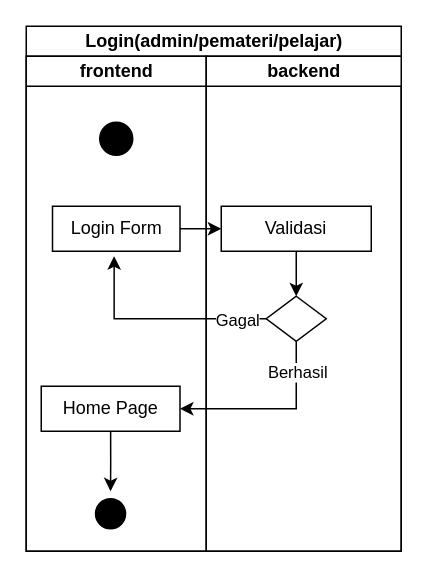
The draw.io diagram activity/Login.drawio in fuatanshori/flowchart, before the edit. Source tidied: cells renumbered, new cells numbered last; positions are measured from the earlier drawing's top-left corner, leaving out a move shared by most shapes. Both pictures are drawn from the tidied source at 150%, with x=0, y=0 at pixel (26, 26).
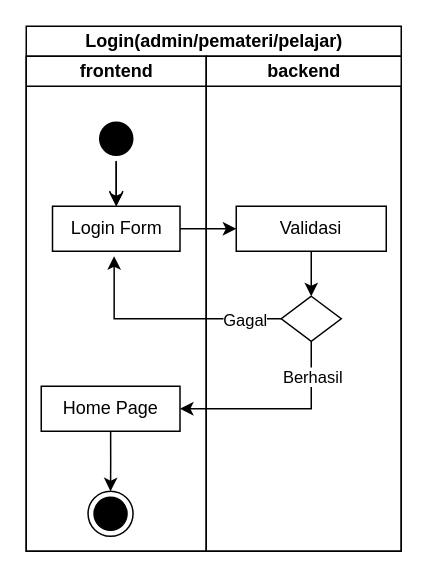
The same diagram, later.

Unchanged cells that the change refers to:
```xml
<mxCell id="3" value="frontend" style="swimlane;startSize=20;html=1;" parent="2" vertex="1">
  <mxGeometry y="20" width="120" height="330" as="geometry" />
</mxCell>
<mxCell id="4" style="ellipse;html=1;shape=startState;strokeColor=#000000;fillColor=#000000;" parent="3" vertex="1">
  <mxGeometry x="45" y="40" width="30" height="30" as="geometry" />
</mxCell>
<mxCell id="6" value="Login Form" style="html=1;whiteSpace=wrap;" parent="3" vertex="1">
  <mxGeometry x="17.5" y="100" width="85" height="30" as="geometry" />
</mxCell>
<mxCell id="10" value="backend" style="swimlane;startSize=20;html=1;" parent="2" vertex="1">
  <mxGeometry x="120" y="20" width="130" height="330" as="geometry" />
</mxCell>
```

Change to the diagram source:
```diff
@@
+    <mxCell id="19" style="edgeStyle=orthogonalEdgeStyle;rounded=0;jettySize=auto;html=1;exitX=0.5;exitY=1;exitDx=0;exitDy=0;entryX=0.5;entryY=0;entryDx=0;entryDy=0;" parent="3" edge="1" source="4" target="6">
+      <mxGeometry relative="1" as="geometry" />
+    </mxCell>
@@
-    <mxCell id="5" style="edgeStyle=orthogonalEdgeStyle;html=1;verticalAlign=bottom;endArrow=open;endSize=8;rounded=0;strokeColor=#FFFFFF;" parent="3" edge="1" source="4">
+    <mxCell id="5" style="edgeStyle=orthogonalEdgeStyle;html=1;verticalAlign=bottom;endArrow=open;endSize=8;rounded=0;strokeColor=#000000;" parent="3" edge="1" source="4">
       <mxGeometry relative="1" as="geometry">
         <mxPoint x="60" y="100" as="targetPoint" />
       </mxGeometry>
     </mxCell>
@@
-    <mxCell id="8" style="ellipse;html=1;shape=endState;fillColor=#000000;strokeColor=#FFFFFF;" parent="3" vertex="1">
+    <mxCell id="8" style="ellipse;html=1;shape=endState;fillColor=#000000;strokeColor=#000000;" parent="3" vertex="1">
       <mxGeometry x="41.2" y="290" width="30" height="30" as="geometry" />
     </mxCell>
@@
     <mxCell id="12" value="Validasi" style="html=1;whiteSpace=wrap;" parent="10" vertex="1">
-      <mxGeometry x="10" y="100" width="100" height="30" as="geometry" />
+      <mxGeometry x="20" y="100" width="100" height="30" as="geometry" />
     </mxCell>
     <mxCell id="13" style="rhombus;whiteSpace=wrap;html=1;" parent="10" vertex="1">
-      <mxGeometry x="40" y="160" width="40" height="30" as="geometry" />
+      <mxGeometry x="50" y="160" width="40" height="30" as="geometry" />
     </mxCell>
```
